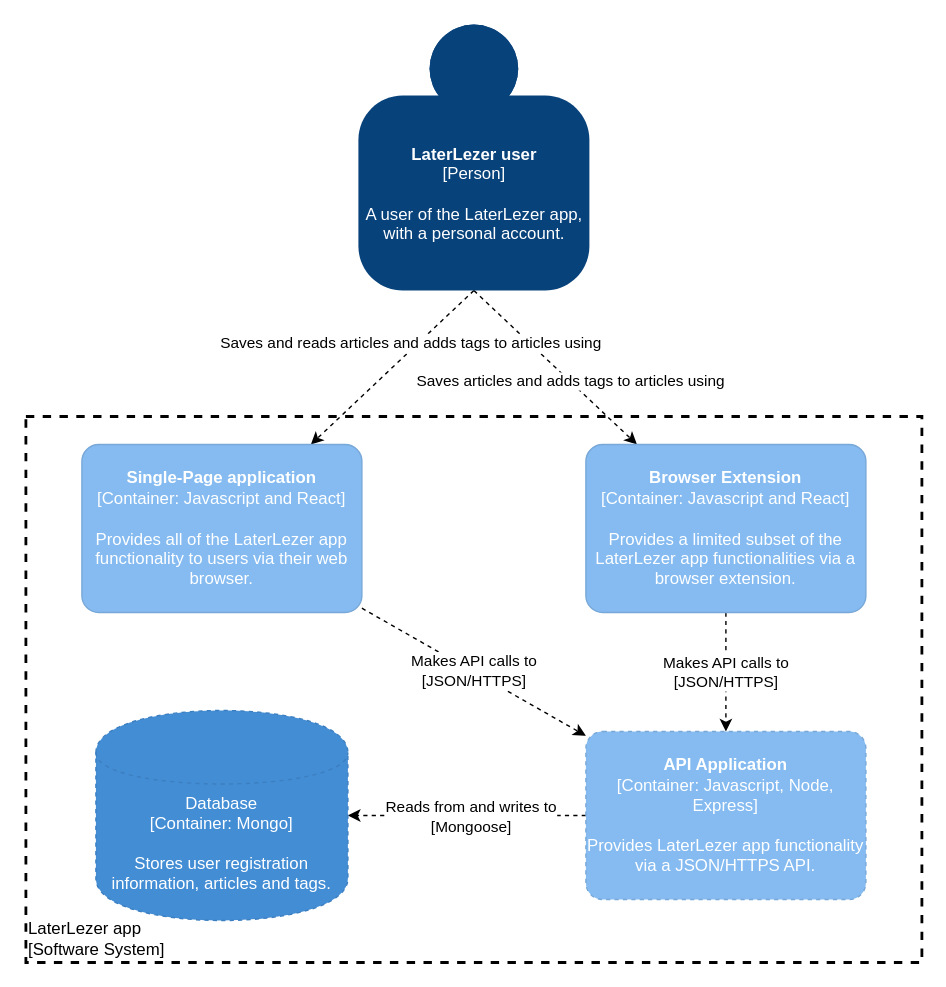
The draw.io diagram page "container-diagram" (2 of 7) of documents/c4model.drawio in Patrickroelofs/HANICA-DWA-Laterlezer, before the edit. Source tidied: cells renumbered, new cells numbered last; positions are measured from the earlier drawing's top-left corner, leaving out a move shared by most shapes. Both pictures are drawn from the tidied source at 140%, with x=0, y=0 at pixel (25, 24).
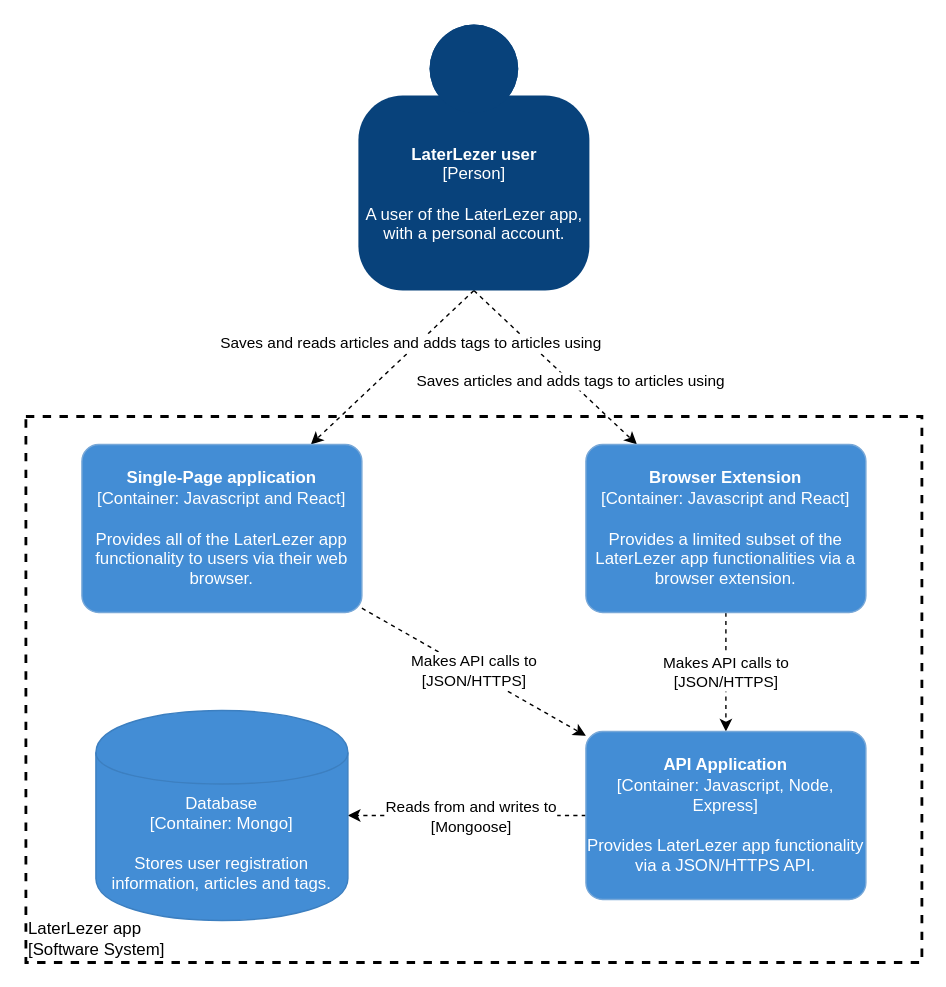
The same diagram, later.

The edit, as a diff of the source:
```diff
@@
     <object id="9" label="&lt;b&gt;%c4Name%&lt;/b&gt;&lt;div&gt;[%c4Type%: %c4Technology%]&lt;/div&gt;&lt;br&gt;&lt;div&gt;%c4Description%&lt;/div&gt;" c4Description="Provides all of the LaterLezer app functionality to users via their web browser." c4Name="Single-Page application" c4Technology="Javascript and React" c4Type="Container" placeholders="1">
-      <mxCell style="rounded=1;whiteSpace=wrap;html=1;labelBackgroundColor=none;fillColor=#85BBF0;fontColor=#ffffff;align=center;arcSize=10;strokeColor=#78A8D8;metaData={&quot;c4Type&quot;:{&quot;editable&quot;:false}};points=[[0.25,0,0],[0.5,0,0],[0.75,0,0],[1,0.25,0],[1,0.5,0],[1,0.75,0],[0.75,1,0],[0.5,1,0],[0.25,1,0],[0,0.75,0],[0,0.5,0],[0,0.25,0]];" parent="1" vertex="1">
+      <mxCell style="rounded=1;whiteSpace=wrap;html=1;labelBackgroundColor=none;fontColor=#ffffff;align=center;arcSize=10;strokeColor=#78A8D8;metaData={&quot;c4Type&quot;:{&quot;editable&quot;:false}};points=[[0.25,0,0],[0.5,0,0],[0.75,0,0],[1,0.25,0],[1,0.5,0],[1,0.75,0],[0.75,1,0],[0.5,1,0],[0.25,1,0],[0,0.75,0],[0,0.5,0],[0,0.25,0]];fillColor=#438DD5;" parent="1" vertex="1">
         <mxGeometry x="40" y="300" width="200" height="120" as="geometry" />
       </mxCell>
     </object>
@@
     <object id="11" label="&lt;b&gt;%c4Name%&lt;/b&gt;&lt;div&gt;[%c4Type%: %c4Technology%]&lt;/div&gt;&lt;br&gt;&lt;div&gt;%c4Description%&lt;/div&gt;" c4Description="Provides a limited subset of the LaterLezer app functionalities via a browser extension." c4Name="Browser Extension" c4Technology="Javascript and React" c4Type="Container" placeholders="1">
-      <mxCell style="rounded=1;whiteSpace=wrap;html=1;labelBackgroundColor=none;fillColor=#85BBF0;fontColor=#ffffff;align=center;arcSize=10;strokeColor=#78A8D8;metaData={&quot;c4Type&quot;:{&quot;editable&quot;:false}};points=[[0.25,0,0],[0.5,0,0],[0.75,0,0],[1,0.25,0],[1,0.5,0],[1,0.75,0],[0.75,1,0],[0.5,1,0],[0.25,1,0],[0,0.75,0],[0,0.5,0],[0,0.25,0]];" parent="1" vertex="1">
+      <mxCell style="rounded=1;whiteSpace=wrap;html=1;labelBackgroundColor=none;fontColor=#ffffff;align=center;arcSize=10;strokeColor=#78A8D8;metaData={&quot;c4Type&quot;:{&quot;editable&quot;:false}};points=[[0.25,0,0],[0.5,0,0],[0.75,0,0],[1,0.25,0],[1,0.5,0],[1,0.75,0],[0.75,1,0],[0.5,1,0],[0.25,1,0],[0,0.75,0],[0,0.5,0],[0,0.25,0]];fillColor=#438DD5;" parent="1" vertex="1">
         <mxGeometry x="400" y="300" width="200" height="120" as="geometry" />
       </mxCell>
     </object>
@@
     <object id="14" label="&lt;b&gt;%c4Name%&lt;/b&gt;&lt;div&gt;[%c4Type%: %c4Technology%]&lt;/div&gt;&lt;br&gt;&lt;div&gt;%c4Description%&lt;/div&gt;" c4Description="Provides LaterLezer app functionality via a JSON/HTTPS API." c4Name="API Application" c4Technology="Javascript, Node, Express" c4Type="Container" placeholders="1">
-      <mxCell style="rounded=1;whiteSpace=wrap;html=1;labelBackgroundColor=none;fillColor=#85BBF0;fontColor=#ffffff;align=center;arcSize=10;strokeColor=#78A8D8;metaData={&quot;c4Type&quot;:{&quot;editable&quot;:false}};points=[[0.25,0,0],[0.5,0,0],[0.75,0,0],[1,0.25,0],[1,0.5,0],[1,0.75,0],[0.75,1,0],[0.5,1,0],[0.25,1,0],[0,0.75,0],[0,0.5,0],[0,0.25,0]];dashed=1;" parent="1" vertex="1">
+      <mxCell style="rounded=1;whiteSpace=wrap;html=1;labelBackgroundColor=none;fontColor=#ffffff;align=center;arcSize=10;strokeColor=#78A8D8;metaData={&quot;c4Type&quot;:{&quot;editable&quot;:false}};points=[[0.25,0,0],[0.5,0,0],[0.75,0,0],[1,0.25,0],[1,0.5,0],[1,0.75,0],[0.75,1,0],[0.5,1,0],[0.25,1,0],[0,0.75,0],[0,0.5,0],[0,0.25,0]];fillColor=#438DD5;" parent="1" vertex="1">
         <mxGeometry x="400" y="505" width="200" height="120" as="geometry" />
       </mxCell>
     </object>
     <object id="15" label="%c4Type%&lt;div&gt;[Container:&amp;nbsp;%c4Technology%]&lt;/div&gt;&lt;br&gt;&lt;div&gt;%c4Description%&lt;/div&gt;" c4Description="Stores user registration information, articles and tags." c4Technology="Mongo" c4Type="Database" placeholders="1">
-      <mxCell style="shape=cylinder;whiteSpace=wrap;html=1;boundedLbl=1;rounded=0;labelBackgroundColor=none;fillColor=#438DD5;fontSize=12;fontColor=#ffffff;align=center;strokeColor=#3C7FC0;points=[[0.5,0,0],[1,0.25,0],[1,0.5,0],[1,0.75,0],[0.5,1,0],[0,0.75,0],[0,0.5,0],[0,0.25,0]];metaData={&quot;c4Type&quot;:{&quot;editable&quot;:false}};dashed=1;" parent="1" vertex="1">
+      <mxCell style="shape=cylinder;whiteSpace=wrap;html=1;boundedLbl=1;rounded=0;labelBackgroundColor=none;fillColor=#438DD5;fontSize=12;fontColor=#ffffff;align=center;strokeColor=#3C7FC0;points=[[0.5,0,0],[1,0.25,0],[1,0.5,0],[1,0.75,0],[0.5,1,0],[0,0.75,0],[0,0.5,0],[0,0.25,0]];metaData={&quot;c4Type&quot;:{&quot;editable&quot;:false}};" parent="1" vertex="1">
         <mxGeometry x="50" y="490" width="180" height="150" as="geometry" />
       </mxCell>
     </object>
```
